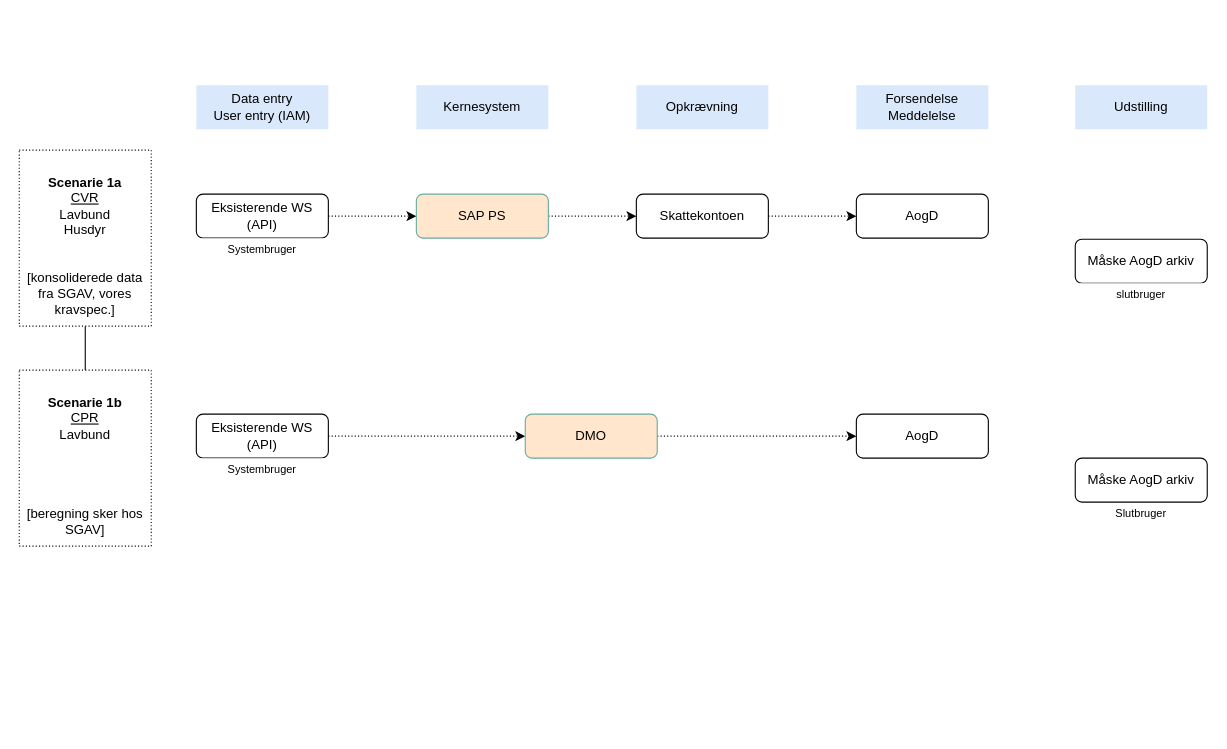
The draw.io diagram page "Page-1" (1 of 2) of Copy of Flow UFST.drawio in Zaladk/drawio, before the edit. Source tidied: cells renumbered, new cells numbered last; positions are measured from the earlier drawing's top-left corner, leaving out a move shared by most shapes. Both pictures are drawn from the tidied source at 110%, with x=0, y=0 at pixel (19, 85).
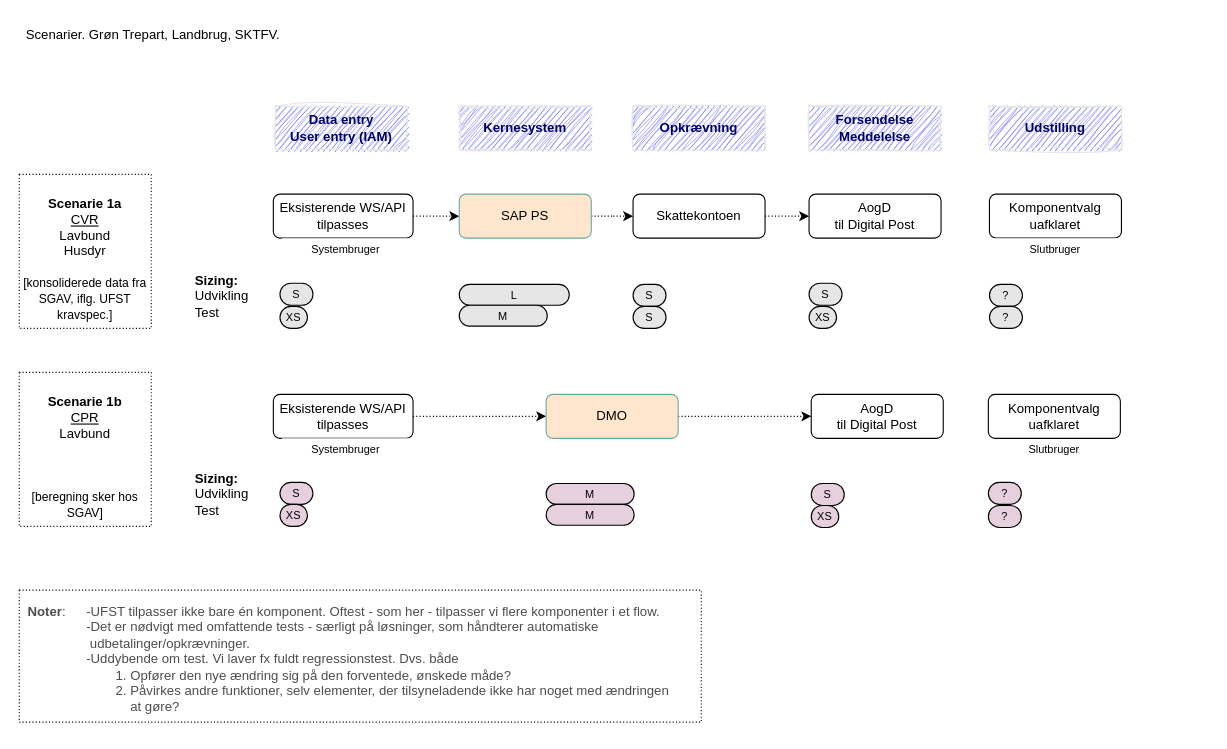
The same page after the edit.

Change to the diagram source:
```diff
@@
-    <mxCell id="2" value="Data entry&lt;div&gt;User entry (IAM)&lt;/div&gt;" style="rounded=0;whiteSpace=wrap;html=1;fillColor=#dae8fc;strokeColor=none;shadow=0;glass=0;" parent="1" vertex="1">
-      <mxGeometry x="161" width="120" height="40" as="geometry" />
+    <mxCell id="2" value="Data entry&lt;div&gt;User entry (IAM)&lt;/div&gt;" style="rounded=0;whiteSpace=wrap;html=1;fillColor=#6666FF;strokeColor=#E6E6E6;shadow=0;glass=0;sketch=1;curveFitting=1;jiggle=2;fontColor=#000066;fontStyle=1;" parent="1" vertex="1">
+      <mxGeometry x="233" y="19" width="120" height="40" as="geometry" />
     </mxCell>
-    <mxCell id="3" value="Kernesystem" style="rounded=0;whiteSpace=wrap;html=1;fillColor=#dae8fc;strokeColor=none;shadow=0;glass=0;" parent="1" vertex="1">
-      <mxGeometry x="361" width="120" height="40" as="geometry" />
+    <mxCell id="3" value="Kernesystem" style="rounded=0;whiteSpace=wrap;html=1;fillColor=#6666FF;strokeColor=#E6E6E6;shadow=0;glass=0;sketch=1;curveFitting=1;jiggle=2;fontColor=#000066;fontStyle=1;" parent="1" vertex="1">
+      <mxGeometry x="400" y="19" width="120" height="40" as="geometry" />
     </mxCell>
-    <mxCell id="4" value="Opkrævning" style="rounded=0;whiteSpace=wrap;html=1;fillColor=#dae8fc;strokeColor=none;shadow=0;glass=0;" parent="1" vertex="1">
-      <mxGeometry x="561" width="120" height="40" as="geometry" />
+    <mxCell id="4" value="Opkrævning" style="rounded=0;whiteSpace=wrap;html=1;fillColor=#6666FF;strokeColor=#E6E6E6;shadow=0;glass=0;sketch=1;curveFitting=1;jiggle=2;fontColor=#000066;fontStyle=1;" parent="1" vertex="1">
+      <mxGeometry x="558" y="19" width="120" height="40" as="geometry" />
     </mxCell>
-    <mxCell id="5" value="Forsendelse&lt;div&gt;Meddelelse&lt;/div&gt;" style="rounded=0;whiteSpace=wrap;html=1;fillColor=#dae8fc;strokeColor=none;shadow=0;glass=0;" parent="1" vertex="1">
-      <mxGeometry x="761" width="120" height="40" as="geometry" />
+    <mxCell id="5" value="Forsendelse&lt;div&gt;Meddelelse&lt;/div&gt;" style="rounded=0;whiteSpace=wrap;html=1;fillColor=#6666FF;strokeColor=#E6E6E6;shadow=0;glass=0;sketch=1;curveFitting=1;jiggle=2;fontColor=#000066;fontStyle=1;" parent="1" vertex="1">
+      <mxGeometry x="718" y="19" width="120" height="40" as="geometry" />
     </mxCell>
-    <mxCell id="6" style="edgeStyle=orthogonalEdgeStyle;rounded=0;jettySize=auto;html=1;endArrow=none;startFill=0;" parent="1" edge="1" source="7" target="17">
-      <mxGeometry relative="1" as="geometry" />
-    </mxCell>
-    <mxCell id="7" value="&lt;div&gt;&lt;b&gt;&lt;br&gt;&lt;/b&gt;&lt;/div&gt;&lt;b&gt;Scenarie 1a&lt;/b&gt;&lt;div&gt;&lt;u&gt;CVR&lt;/u&gt;&lt;/div&gt;&lt;div&gt;Lavbund&lt;/div&gt;&lt;div&gt;Husdyr&lt;/div&gt;&lt;div&gt;&lt;br&gt;&lt;/div&gt;&lt;div&gt;&lt;br&gt;&lt;/div&gt;&lt;div&gt;[konsoliderede data fra SGAV, vores kravspec.]&lt;/div&gt;" style="rounded=0;whiteSpace=wrap;html=1;dashed=1;dashPattern=1 2;" parent="1" vertex="1">
-      <mxGeometry y="59" width="120" height="160" as="geometry" />
-    </mxCell>
@@
-    <mxCell id="9" value="Eksisterende WS (API)" style="rounded=1;whiteSpace=wrap;html=1;" parent="1" vertex="1">
-      <mxGeometry x="161" y="99" width="120" height="40" as="geometry" />
+    <mxCell id="9" value="Eksisterende WS/API tilpasses" style="rounded=1;whiteSpace=wrap;html=1;" parent="1" vertex="1">
+      <mxGeometry x="231" y="99" width="127" height="40" as="geometry" />
     </mxCell>
@@
     <mxCell id="11" value="SAP PS" style="rounded=1;whiteSpace=wrap;html=1;fillColor=#ffe6cc;strokeColor=#67AB9F;" parent="1" vertex="1">
-      <mxGeometry x="361" y="99" width="120" height="40" as="geometry" />
+      <mxGeometry x="400" y="99" width="120" height="40" as="geometry" />
     </mxCell>
-    <mxCell id="12" value="Udstilling" style="rounded=0;whiteSpace=wrap;html=1;fillColor=#dae8fc;strokeColor=none;shadow=0;glass=0;" parent="1" vertex="1">
-      <mxGeometry x="960" width="120" height="40" as="geometry" />
+    <mxCell id="12" value="Udstilling" style="rounded=0;whiteSpace=wrap;html=1;fillColor=#6666FF;strokeColor=#E6E6E6;shadow=0;glass=0;sketch=1;curveFitting=1;jiggle=2;fontColor=#000066;fontStyle=1;" parent="1" vertex="1">
+      <mxGeometry x="882" y="19" width="120" height="40" as="geometry" />
     </mxCell>
@@
     <mxCell id="14" value="Skattekontoen" style="rounded=1;whiteSpace=wrap;html=1;" parent="1" vertex="1">
-      <mxGeometry x="561" y="99" width="120" height="40" as="geometry" />
+      <mxGeometry x="558" y="99" width="120" height="40" as="geometry" />
     </mxCell>
-    <mxCell id="15" value="AogD" style="rounded=1;whiteSpace=wrap;html=1;" parent="1" vertex="1">
-      <mxGeometry x="761" y="99" width="120" height="40" as="geometry" />
+    <mxCell id="15" value="AogD&lt;div&gt;til Digital Post&lt;/div&gt;" style="rounded=1;whiteSpace=wrap;html=1;" parent="1" vertex="1">
+      <mxGeometry x="718" y="99" width="120" height="40" as="geometry" />
     </mxCell>
-    <mxCell id="16" value="Måske AogD arkiv" style="rounded=1;whiteSpace=wrap;html=1;" parent="1" vertex="1">
-      <mxGeometry x="960" y="140" width="120" height="40" as="geometry" />
+    <mxCell id="16" value="Komponentvalg&lt;div&gt;uafklaret&lt;/div&gt;" style="rounded=1;whiteSpace=wrap;html=1;" parent="1" vertex="1">
+      <mxGeometry x="882" y="99" width="120" height="40" as="geometry" />
     </mxCell>
-    <mxCell id="17" value="&lt;div&gt;&lt;b&gt;&lt;br&gt;&lt;/b&gt;&lt;/div&gt;&lt;b&gt;&lt;div&gt;&lt;br&gt;&lt;/div&gt;Scenarie 1b&lt;/b&gt;&lt;div&gt;&lt;u&gt;CPR&lt;/u&gt;&lt;/div&gt;&lt;div&gt;Lavbund&lt;/div&gt;&lt;div&gt;&lt;br&gt;&lt;/div&gt;&lt;div&gt;&lt;br&gt;&lt;/div&gt;&lt;div&gt;&lt;br&gt;&lt;/div&gt;&lt;div&gt;&lt;br&gt;&lt;/div&gt;&lt;div&gt;[beregning sker hos SGAV]&lt;/div&gt;&lt;div&gt;&lt;br&gt;&lt;/div&gt;" style="rounded=0;whiteSpace=wrap;html=1;dashed=1;dashPattern=1 2;" parent="1" vertex="1">
-      <mxGeometry y="259" width="120" height="160" as="geometry" />
+    <mxCell id="17" value="&lt;div&gt;&lt;b&gt;&lt;br&gt;&lt;/b&gt;&lt;/div&gt;&lt;b&gt;&lt;div&gt;&lt;br&gt;&lt;/div&gt;Scenarie 1b&lt;/b&gt;&lt;div&gt;&lt;u&gt;CPR&lt;/u&gt;&lt;/div&gt;&lt;div&gt;Lavbund&lt;/div&gt;&lt;div&gt;&lt;br&gt;&lt;/div&gt;&lt;div&gt;&lt;br&gt;&lt;/div&gt;&lt;div&gt;&lt;br&gt;&lt;/div&gt;&lt;div&gt;&lt;font style=&quot;font-size: 11px;&quot;&gt;[beregning sker hos SGAV]&lt;/font&gt;&lt;/div&gt;&lt;div&gt;&lt;br&gt;&lt;/div&gt;" style="rounded=0;whiteSpace=wrap;html=1;dashed=1;dashPattern=1 2;" parent="1" vertex="1">
+      <mxGeometry y="261" width="120" height="140" as="geometry" />
     </mxCell>
@@
-    <mxCell id="19" value="Eksisterende WS (API)" style="rounded=1;whiteSpace=wrap;html=1;" parent="1" vertex="1">
-      <mxGeometry x="161" y="299" width="120" height="40" as="geometry" />
+    <mxCell id="19" value="Eksisterende WS/API tilpasses" style="rounded=1;whiteSpace=wrap;html=1;" parent="1" vertex="1">
+      <mxGeometry x="231" y="281" width="127" height="40" as="geometry" />
     </mxCell>
@@
     <mxCell id="21" value="DMO" style="rounded=1;whiteSpace=wrap;html=1;fillColor=#ffe6cc;strokeColor=#67AB9F;" parent="1" vertex="1">
-      <mxGeometry x="460" y="299" width="120" height="40" as="geometry" />
+      <mxGeometry x="479" y="281" width="120" height="40" as="geometry" />
     </mxCell>
-    <mxCell id="22" value="AogD" style="rounded=1;whiteSpace=wrap;html=1;" parent="1" vertex="1">
-      <mxGeometry x="761" y="299" width="120" height="40" as="geometry" />
+    <mxCell id="22" value="AogD&lt;div&gt;til Digital Post&lt;/div&gt;" style="rounded=1;whiteSpace=wrap;html=1;" parent="1" vertex="1">
+      <mxGeometry x="720" y="281" width="120" height="40" as="geometry" />
     </mxCell>
-    <mxCell id="23" value="&lt;font style=&quot;font-size: 10px;&quot;&gt;slutbruger&lt;/font&gt;" style="rounded=1;whiteSpace=wrap;html=1;fontSize=9;strokeColor=none;" parent="1" vertex="1">
-      <mxGeometry x="960" y="180" width="120" height="20" as="geometry" />
+    <mxCell id="23" value="&lt;font style=&quot;font-size: 10px;&quot;&gt;Slutbruger&lt;/font&gt;" style="rounded=1;whiteSpace=wrap;html=1;fontSize=9;strokeColor=none;" parent="1" vertex="1">
+      <mxGeometry x="882" y="139" width="120" height="20" as="geometry" />
     </mxCell>
     <mxCell id="24" value="&lt;font style=&quot;font-size: 10px;&quot;&gt;Systembruger&lt;/font&gt;" style="rounded=1;whiteSpace=wrap;html=1;fontSize=9;strokeColor=none;" parent="1" vertex="1">
-      <mxGeometry x="161" y="139" width="120" height="20" as="geometry" />
+      <mxGeometry x="237" y="139" width="120" height="20" as="geometry" />
     </mxCell>
     <mxCell id="25" value="&lt;font style=&quot;font-size: 10px;&quot;&gt;Systembruger&lt;/font&gt;" style="rounded=1;whiteSpace=wrap;html=1;fontSize=9;strokeColor=none;" parent="1" vertex="1">
-      <mxGeometry x="161" y="339" width="120" height="20" as="geometry" />
+      <mxGeometry x="237" y="321" width="120" height="20" as="geometry" />
     </mxCell>
     <mxCell id="26" value="&lt;font style=&quot;font-size: 10px;&quot;&gt;Slutbruger&lt;/font&gt;" style="rounded=1;whiteSpace=wrap;html=1;fontSize=9;strokeColor=none;" parent="1" vertex="1">
-      <mxGeometry x="960" y="379" width="120" height="20" as="geometry" />
+      <mxGeometry x="881" y="321" width="120" height="20" as="geometry" />
     </mxCell>
-    <mxCell id="27" value="Måske AogD arkiv" style="rounded=1;whiteSpace=wrap;html=1;" parent="1" vertex="1">
-      <mxGeometry x="960" y="339" width="120" height="40" as="geometry" />
+    <mxCell id="27" value="Komponentvalg&lt;div&gt;uafklaret&lt;/div&gt;" style="rounded=1;whiteSpace=wrap;html=1;" parent="1" vertex="1">
+      <mxGeometry x="881" y="281" width="120" height="40" as="geometry" />
     </mxCell>
+    <mxCell id="28" value="S" style="rounded=1;whiteSpace=wrap;html=1;arcSize=50;fontSize=10;fillColor=#E6E6E6;" parent="1" vertex="1">
+      <mxGeometry x="237" y="180" width="30" height="20" as="geometry" />
+    </mxCell>
+    <mxCell id="29" value="L" style="rounded=1;whiteSpace=wrap;html=1;arcSize=50;fontSize=10;fillColor=#E6E6E6;" parent="1" vertex="1">
+      <mxGeometry x="400" y="181" width="100" height="19" as="geometry" />
+    </mxCell>
+    <mxCell id="30" value="S" style="rounded=1;whiteSpace=wrap;html=1;arcSize=50;fontSize=10;fillColor=#E6E6E6;" parent="1" vertex="1">
+      <mxGeometry x="558" y="181" width="30" height="20" as="geometry" />
+    </mxCell>
+    <mxCell id="31" value="S" style="rounded=1;whiteSpace=wrap;html=1;arcSize=50;fontSize=10;fillColor=#E6E6E6;" parent="1" vertex="1">
+      <mxGeometry x="718" y="180" width="30" height="20" as="geometry" />
+    </mxCell>
+    <mxCell id="32" value="S" style="rounded=1;whiteSpace=wrap;html=1;arcSize=50;fontSize=10;fillColor=#E6D0DE;strokeColor=default;" parent="1" vertex="1">
+      <mxGeometry x="237" y="361" width="30" height="20" as="geometry" />
+    </mxCell>
+    <mxCell id="33" value="M" style="rounded=1;whiteSpace=wrap;html=1;arcSize=50;fontSize=10;fillColor=#E6D0DE;strokeColor=default;" parent="1" vertex="1">
+      <mxGeometry x="479" y="362" width="80" height="19" as="geometry" />
+    </mxCell>
+    <mxCell id="34" value="S" style="rounded=1;whiteSpace=wrap;html=1;arcSize=50;fontSize=10;fillColor=#E6D0DE;strokeColor=default;" parent="1" vertex="1">
+      <mxGeometry x="720" y="362" width="30" height="20" as="geometry" />
+    </mxCell>
+    <mxCell id="35" value="?" style="rounded=1;whiteSpace=wrap;html=1;arcSize=50;fontSize=10;fillColor=#E6E6E6;" parent="1" vertex="1">
+      <mxGeometry x="882" y="181" width="30" height="20" as="geometry" />
+    </mxCell>
+    <mxCell id="36" value="?" style="rounded=1;whiteSpace=wrap;html=1;arcSize=50;fontSize=10;fillColor=#E6D0DE;strokeColor=default;" parent="1" vertex="1">
+      <mxGeometry x="881" y="361" width="30" height="20" as="geometry" />
+    </mxCell>
+    <mxCell id="37" value="XS" style="rounded=1;whiteSpace=wrap;html=1;arcSize=50;fontSize=10;fillColor=#E6E6E6;" parent="1" vertex="1">
+      <mxGeometry x="237" y="201" width="25" height="20" as="geometry" />
+    </mxCell>
+    <mxCell id="38" value="XS" style="rounded=1;whiteSpace=wrap;html=1;arcSize=50;fontSize=10;fillColor=#E6D0DE;strokeColor=default;" parent="1" vertex="1">
+      <mxGeometry x="237" y="381" width="25" height="20" as="geometry" />
+    </mxCell>
+    <mxCell id="39" value="M" style="rounded=1;whiteSpace=wrap;html=1;arcSize=50;fontSize=10;fillColor=#E6D0DE;strokeColor=default;" parent="1" vertex="1">
+      <mxGeometry x="479" y="381" width="80" height="19" as="geometry" />
+    </mxCell>
+    <mxCell id="40" value="M" style="rounded=1;whiteSpace=wrap;html=1;arcSize=50;fontSize=10;fillColor=#E6E6E6;" parent="1" vertex="1">
+      <mxGeometry x="400" y="200" width="80" height="19" as="geometry" />
+    </mxCell>
+    <mxCell id="41" value="S" style="rounded=1;whiteSpace=wrap;html=1;arcSize=50;fontSize=10;fillColor=#E6E6E6;" parent="1" vertex="1">
+      <mxGeometry x="558" y="201" width="30" height="20" as="geometry" />
+    </mxCell>
+    <mxCell id="42" value="XS" style="rounded=1;whiteSpace=wrap;html=1;arcSize=50;fontSize=10;fillColor=#E6E6E6;" parent="1" vertex="1">
+      <mxGeometry x="718" y="201" width="25" height="20" as="geometry" />
+    </mxCell>
+    <mxCell id="43" value="XS" style="rounded=1;whiteSpace=wrap;html=1;arcSize=50;fontSize=10;fillColor=#E6D0DE;strokeColor=default;" parent="1" vertex="1">
+      <mxGeometry x="720" y="382" width="25" height="20" as="geometry" />
+    </mxCell>
+    <mxCell id="44" value="?" style="rounded=1;whiteSpace=wrap;html=1;arcSize=50;fontSize=10;fillColor=#E6E6E6;" parent="1" vertex="1">
+      <mxGeometry x="882" y="201" width="30" height="20" as="geometry" />
+    </mxCell>
+    <mxCell id="45" value="?" style="rounded=1;whiteSpace=wrap;html=1;arcSize=50;fontSize=10;fillColor=#E6D0DE;strokeColor=default;" parent="1" vertex="1">
+      <mxGeometry x="881" y="382" width="30" height="20" as="geometry" />
+    </mxCell>
+    <mxCell id="46" value="&lt;div&gt;&lt;b&gt;&lt;br&gt;&lt;/b&gt;&lt;/div&gt;&lt;b&gt;Scenarie 1a&lt;/b&gt;&lt;div&gt;&lt;u&gt;CVR&lt;/u&gt;&lt;/div&gt;&lt;div&gt;Lavbund&lt;/div&gt;&lt;div&gt;Husdyr&lt;/div&gt;&lt;div&gt;&lt;br&gt;&lt;/div&gt;&lt;div&gt;&lt;font style=&quot;font-size: 11px;&quot;&gt;[konsoliderede data fra SGAV, iflg. UFST kravspec.]&lt;/font&gt;&lt;/div&gt;" style="rounded=0;whiteSpace=wrap;html=1;dashed=1;dashPattern=1 2;spacing=4;" parent="1" vertex="1">
+      <mxGeometry y="81" width="120" height="140" as="geometry" />
+    </mxCell>
+    <mxCell id="47" value="&lt;div&gt;&lt;font face=&quot;Helvetica&quot;&gt;&lt;b&gt;Sizing:&lt;/b&gt;&lt;/font&gt;&lt;/div&gt;&lt;font face=&quot;Helvetica&quot;&gt;Udvikling&lt;br&gt;&lt;/font&gt;&lt;div&gt;&lt;font face=&quot;Helvetica&quot;&gt;Test&lt;/font&gt;&lt;/div&gt;" style="rounded=0;whiteSpace=wrap;dashed=1;dashPattern=1 2;align=left;strokeColor=none;fillColor=none;spacing=0;verticalAlign=middle;html=1;" parent="1" vertex="1">
+      <mxGeometry x="160" y="172" width="70" height="40" as="geometry" />
+    </mxCell>
+    <mxCell id="48" value="&lt;div&gt;&lt;font style=&quot;color: rgb(77, 77, 77);&quot; face=&quot;Helvetica&quot;&gt;&lt;b&gt;Noter&lt;/b&gt;:&lt;span style=&quot;white-space: pre;&quot;&gt;&#9;&lt;/span&gt;-UFST tilpasser ikke bare én komponent. Oftest - som her - tilpasser vi flere komponenter i et flow.&lt;/font&gt;&lt;/div&gt;&lt;div&gt;&lt;font style=&quot;color: rgb(77, 77, 77);&quot; face=&quot;Helvetica&quot;&gt;&lt;span style=&quot;white-space: pre;&quot;&gt;&#9;&lt;/span&gt;&lt;span style=&quot;white-space: pre;&quot;&gt;&#9;&lt;/span&gt;-Det er nødvigt med omfattende tests - særligt på løsninger, som håndterer automatiske &lt;span style=&quot;white-space: pre;&quot;&gt;&#9;&lt;/span&gt;&lt;span style=&quot;white-space: pre;&quot;&gt;&#9;&lt;/span&gt;&amp;nbsp;udbetalinger/opkrævninger.&lt;/font&gt;&lt;/div&gt;&lt;div&gt;&lt;font style=&quot;color: rgb(77, 77, 77);&quot; face=&quot;Helvetica&quot;&gt;&lt;span style=&quot;white-space: pre;&quot;&gt;&#9;&lt;/span&gt;&lt;span style=&quot;white-space: pre;&quot;&gt;&#9;&lt;/span&gt;-Uddybende om test. Vi laver fx fuldt regressionstest. Dvs. både&lt;/font&gt;&lt;/div&gt;&lt;div&gt;&lt;span style=&quot;background-color: initial;&quot;&gt;&lt;font style=&quot;color: rgb(77, 77, 77);&quot;&gt;&lt;span style=&quot;white-space: pre;&quot;&gt;&#9;&lt;/span&gt;&lt;span style=&quot;white-space: pre;&quot;&gt;&#9;&lt;/span&gt;&lt;span style=&quot;white-space: pre;&quot;&gt;&#9;&lt;/span&gt;1. Opfører den nye ændring sig på den forventede, ønskede måde?&lt;/font&gt;&lt;/span&gt;&lt;/div&gt;&lt;div&gt;&lt;span style=&quot;background-color: initial;&quot;&gt;&lt;font style=&quot;color: rgb(77, 77, 77);&quot;&gt;&lt;span style=&quot;white-space: pre;&quot;&gt;&#9;&lt;/span&gt;&lt;span style=&quot;white-space: pre;&quot;&gt;&#9;&lt;/span&gt;&lt;span style=&quot;white-space: pre;&quot;&gt;&#9;&lt;/span&gt;2. Påvirkes andre funktioner, selv elementer, der tilsyneladende ikke har noget med ændringen &lt;span style=&quot;white-space: pre;&quot;&gt;&#9;&lt;/span&gt;&lt;span style=&quot;white-space: pre;&quot;&gt;&#9;&lt;/span&gt;&lt;span style=&quot;white-space: pre;&quot;&gt;&#9;&lt;/span&gt;&amp;nbsp; &amp;nbsp; at gøre?&lt;/font&gt;&lt;/span&gt;&lt;/div&gt;&lt;div&gt;&lt;br&gt;&lt;/div&gt;" style="rounded=0;whiteSpace=wrap;html=1;align=left;verticalAlign=top;spacingLeft=4;spacing=4;strokeColor=default;fillColor=none;spacingBottom=2;spacingTop=4;dashed=1;dashPattern=1 2;" parent="1" vertex="1">
+      <mxGeometry y="459" width="620" height="120" as="geometry" />
+    </mxCell>
+    <mxCell id="49" value="&amp;nbsp;Scenarier. Grøn Trepart, Landbrug, SKTFV." style="rounded=0;whiteSpace=wrap;html=1;dashed=1;dashPattern=1 2;align=left;verticalAlign=top;strokeColor=none;" parent="1" vertex="1">
+      <mxGeometry x="1" y="-60" width="620" height="38" as="geometry" />
+    </mxCell>
+    <mxCell id="50" value="&lt;div&gt;&lt;font face=&quot;Helvetica&quot;&gt;&lt;b&gt;Sizing:&lt;/b&gt;&lt;/font&gt;&lt;/div&gt;&lt;font face=&quot;Helvetica&quot;&gt;Udvikling&lt;br&gt;&lt;/font&gt;&lt;div&gt;&lt;font face=&quot;Helvetica&quot;&gt;Test&lt;/font&gt;&lt;/div&gt;" style="rounded=0;whiteSpace=wrap;dashed=1;dashPattern=1 2;align=left;strokeColor=none;fillColor=none;spacing=0;verticalAlign=middle;html=1;" parent="1" vertex="1">
+      <mxGeometry x="160" y="352" width="70" height="40" as="geometry" />
+    </mxCell>
```
